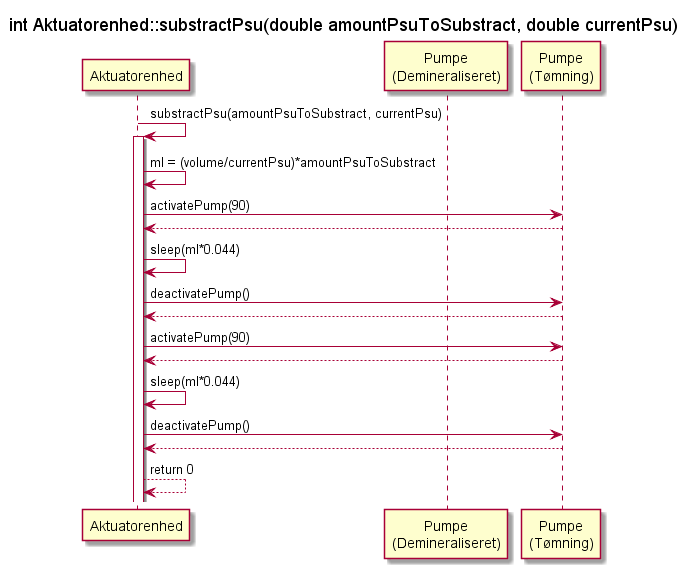
Above: Design/Akutuator enhed/Software/out/AE/SD_AE_substractPsu/SD_AE_substractPsu.png in Solvgraa-mager/E4PRJ4 (PlantUML), before the change. Its diagram source:
```plantuml
@startuml SD_AE_substractPsu

Participant Aktuatorenhed as ae
participant "Pumpe\n(Demineraliseret)" as sp
participant "Pumpe\n(Tømning)" as tp
title int Aktuatorenhed::substractPsu(double amountPsuToSubstract, double currentPsu)


        ae -> ae : substractPsu(amountPsuToSubstract, currentPsu)
        activate ae
            ae -> ae : ml = (volume/currentPsu)*amountPsuToSubstract
            ae -> tp : activatePump(90)
            ae <-- tp
            ae -> ae : sleep(ml*0.044)
            ae -> tp : deactivatePump()
            ae <-- tp
            ae -> tp : activatePump(90)
            ae <-- tp
            ae -> ae : sleep(ml*0.044)

            ae -> tp : deactivatePump()
            ae <-- tp
            ae <-- ae : return 0


@enduml
```
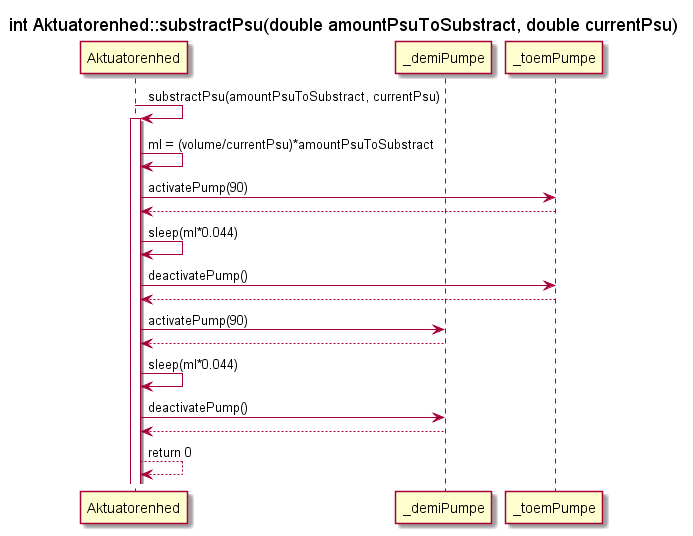
Above is the later version.

The edit, as a diff of the source:
```diff
@@ -1,8 +1,8 @@
 @startuml SD_AE_substractPsu
 
 Participant Aktuatorenhed as ae
-participant "Pumpe\n(Demineraliseret)" as sp
-participant "Pumpe\n(Tømning)" as tp
+participant "_demiPumpe" as dp
+participant "_toemPumpe" as tp
 title int Aktuatorenhed::substractPsu(double amountPsuToSubstract, double currentPsu)
 
 
@@ -14,12 +14,12 @@
             ae -> ae : sleep(ml*0.044)
             ae -> tp : deactivatePump()
             ae <-- tp
-            ae -> tp : activatePump(90)
-            ae <-- tp
+            ae -> dp : activatePump(90)
+            ae <-- dp
             ae -> ae : sleep(ml*0.044)
 
-            ae -> tp : deactivatePump()
-            ae <-- tp
+            ae -> dp : deactivatePump()
+            ae <-- dp
             ae <-- ae : return 0
 
 
```
